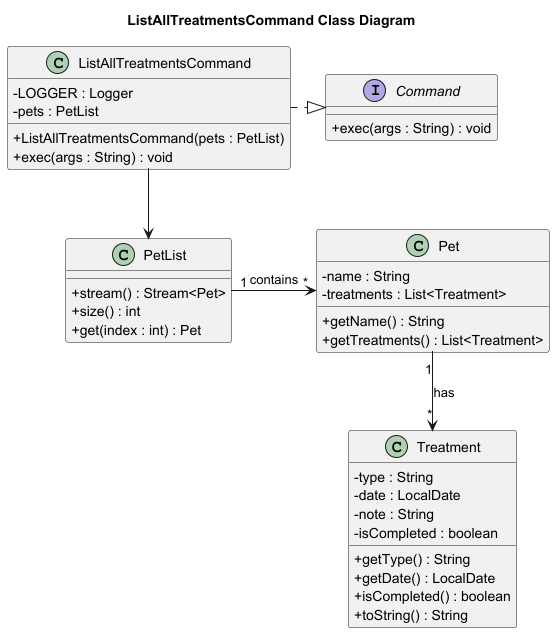
Before: docs/diagrams/ListAllTreatmentsCommand_Class_Diagram.png, a diagram exported from PlantUML (Kevin88866/tp).
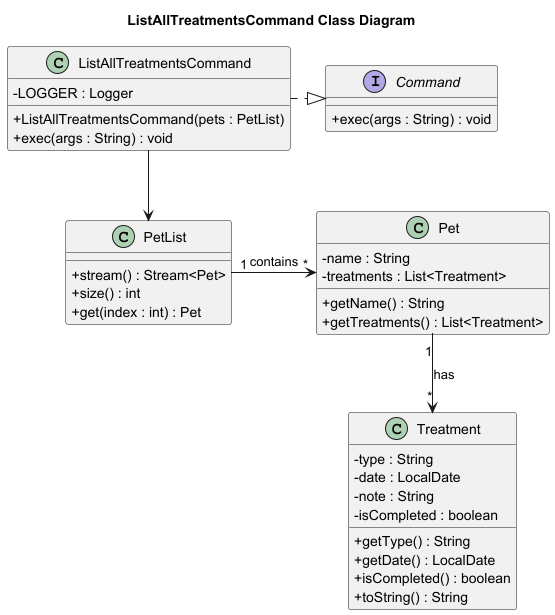
After the change.

Commit message:
Update ListAllTreatmentsCommand class diagram

Change to the diagram source:
```diff
@@ -9,7 +9,6 @@
 
 class ListAllTreatmentsCommand {
     - LOGGER : Logger
-    - pets : PetList
     + ListAllTreatmentsCommand(pets : PetList)
     + exec(args : String) : void
 }
```
